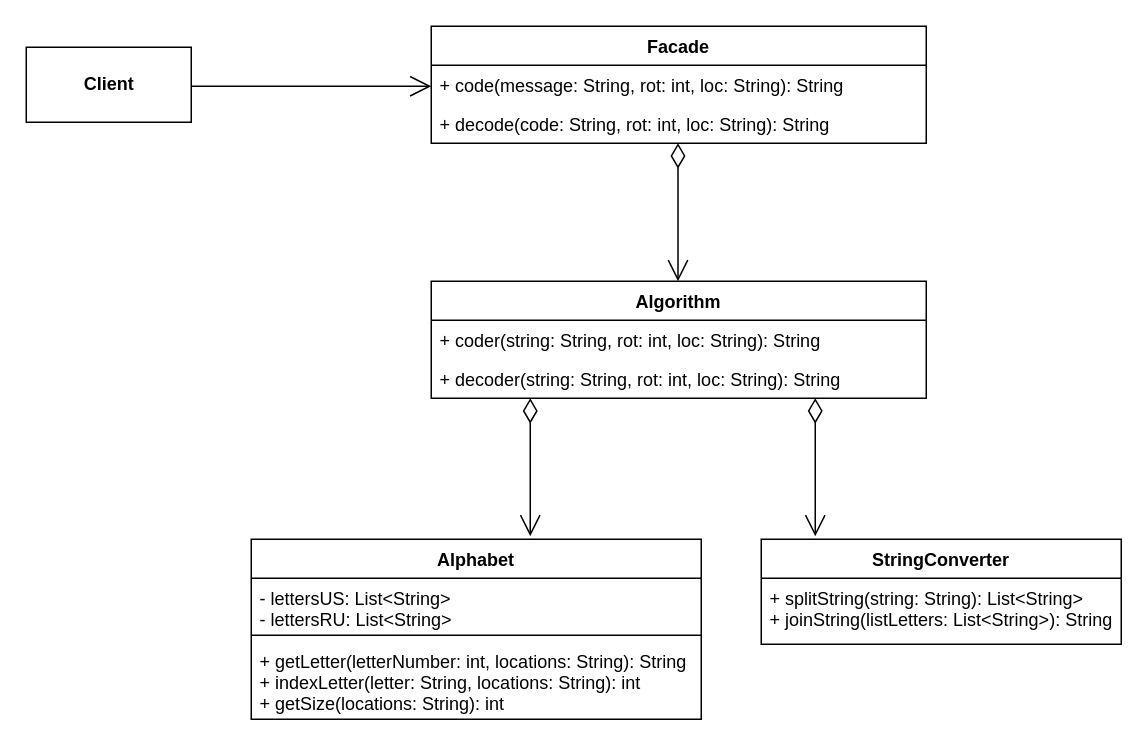
Before: facade/facade.drawio in OlehPakhomov/dart-pattern, a draw.io diagram. Source tidied: cells renumbered, new cells numbered last; positions are measured from the earlier drawing's top-left corner, leaving out a move shared by most shapes. Both pictures are drawn from the tidied source at 150%, with x=0, y=0 at pixel (26, 26).
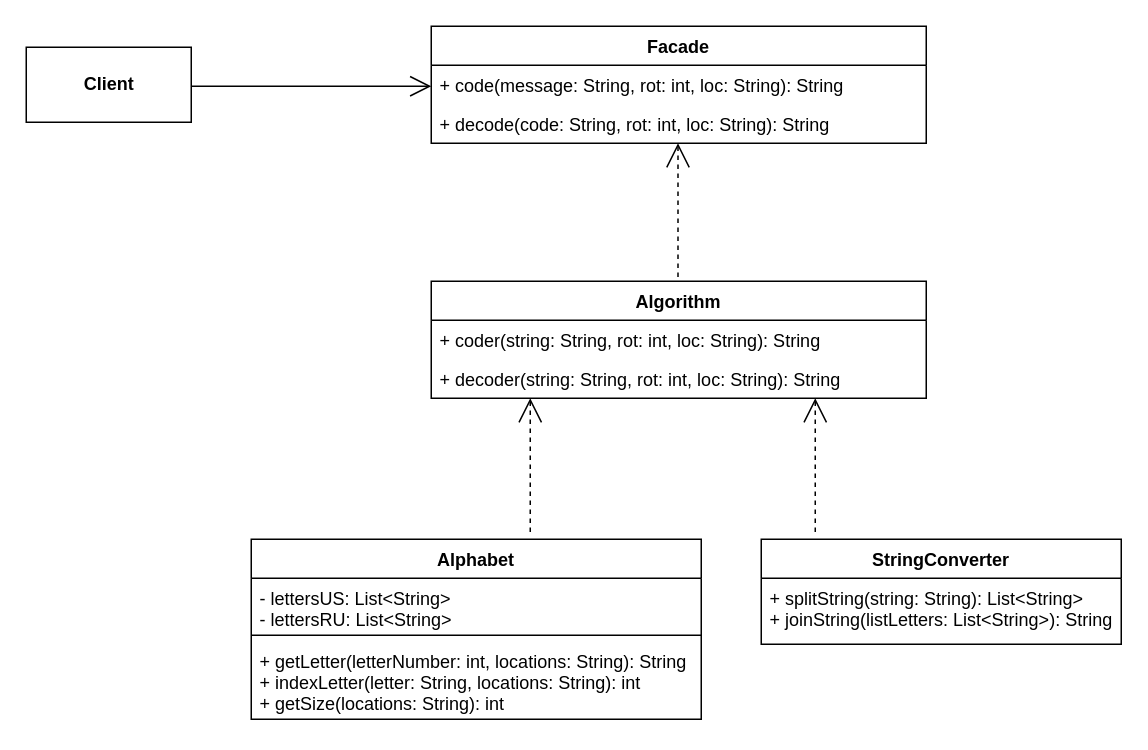
After the change.

The edit, as a diff of the source:
```diff
@@
-    <mxCell id="7" style="endArrow=open;html=1;endSize=12;startArrow=diamondThin;startSize=14;startFill=0;edgeStyle=orthogonalEdgeStyle;align=left;verticalAlign=bottom;" parent="1" edge="1">
+    <mxCell id="7" style="endArrow=none;html=1;endSize=12;startArrow=open;startSize=14;startFill=0;edgeStyle=orthogonalEdgeStyle;align=left;verticalAlign=bottom;endFill=0;dashed=1;" parent="1" edge="1">
       <mxGeometry x="-1" y="3" relative="1" as="geometry">
         <mxPoint x="434.5" y="78" as="sourcePoint" />
         <mxPoint x="434.5" y="170" as="targetPoint" />
       </mxGeometry>
     </mxCell>
@@
-    <mxCell id="11" style="endArrow=open;html=1;endSize=12;startArrow=diamondThin;startSize=14;startFill=0;edgeStyle=orthogonalEdgeStyle;align=left;verticalAlign=bottom;" parent="1" edge="1">
+    <mxCell id="11" style="endArrow=none;html=1;endSize=12;startArrow=open;startSize=14;startFill=0;edgeStyle=orthogonalEdgeStyle;align=left;verticalAlign=bottom;endFill=0;dashed=1;" parent="1" edge="1">
       <mxGeometry x="-1" y="3" relative="1" as="geometry">
         <mxPoint x="336" y="248" as="sourcePoint" />
         <mxPoint x="336" y="340" as="targetPoint" />
       </mxGeometry>
     </mxCell>
-    <mxCell id="12" style="endArrow=open;html=1;endSize=12;startArrow=diamondThin;startSize=14;startFill=0;edgeStyle=orthogonalEdgeStyle;align=left;verticalAlign=bottom;" parent="1" edge="1">
+    <mxCell id="12" style="endArrow=none;html=1;endSize=12;startArrow=open;startSize=14;startFill=0;edgeStyle=orthogonalEdgeStyle;align=left;verticalAlign=bottom;endFill=0;dashed=1;" parent="1" edge="1">
       <mxGeometry x="-1" y="3" relative="1" as="geometry">
         <mxPoint x="526" y="248" as="sourcePoint" />
         <mxPoint x="526" y="340" as="targetPoint" />
       </mxGeometry>
     </mxCell>
```
